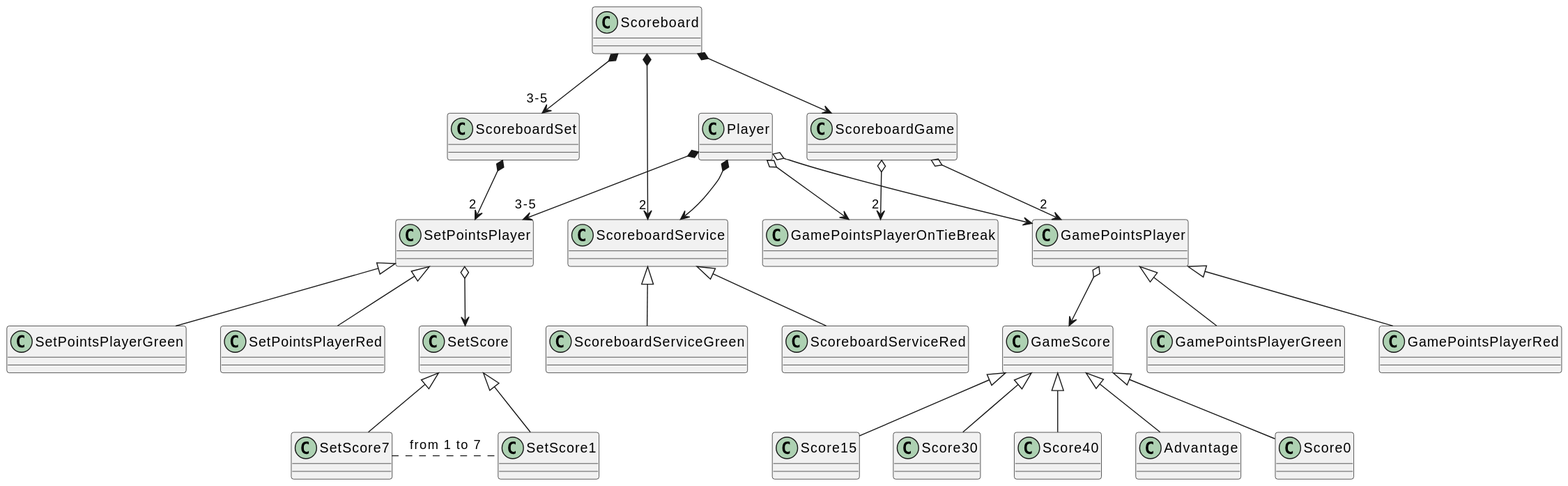
This is images/modelo-marcador-tenis.svg from midesweb/marcador-tenis, a PlantUML export, as it was before one commit.
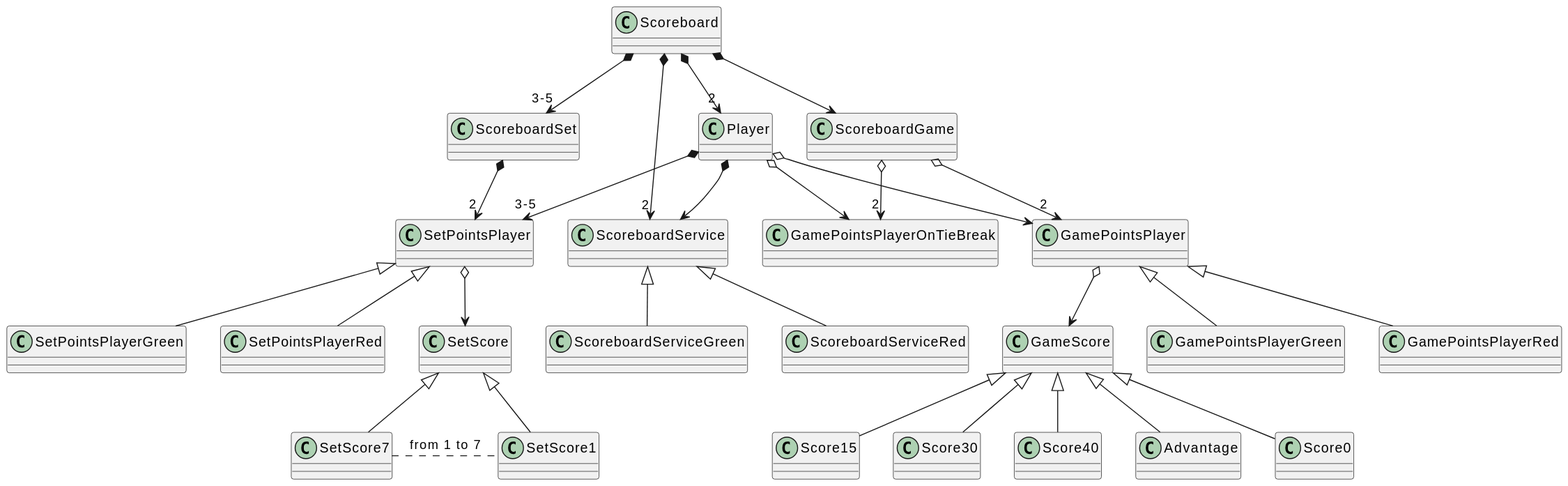
Above is the later version.

Commit message:
añadir relacion

What changed in the source:
```diff
@@ -25,6 +25,7 @@
 class Player
 
 Scoreboard *--> "3-5" ScoreboardSet
+Scoreboard *--> "2" Player
 ScoreboardSet *--> "2" SetPointsPlayer
 SetPointsPlayerGreen -up-|> SetPointsPlayer
 SetPointsPlayerRed -up-|> SetPointsPlayer
```
